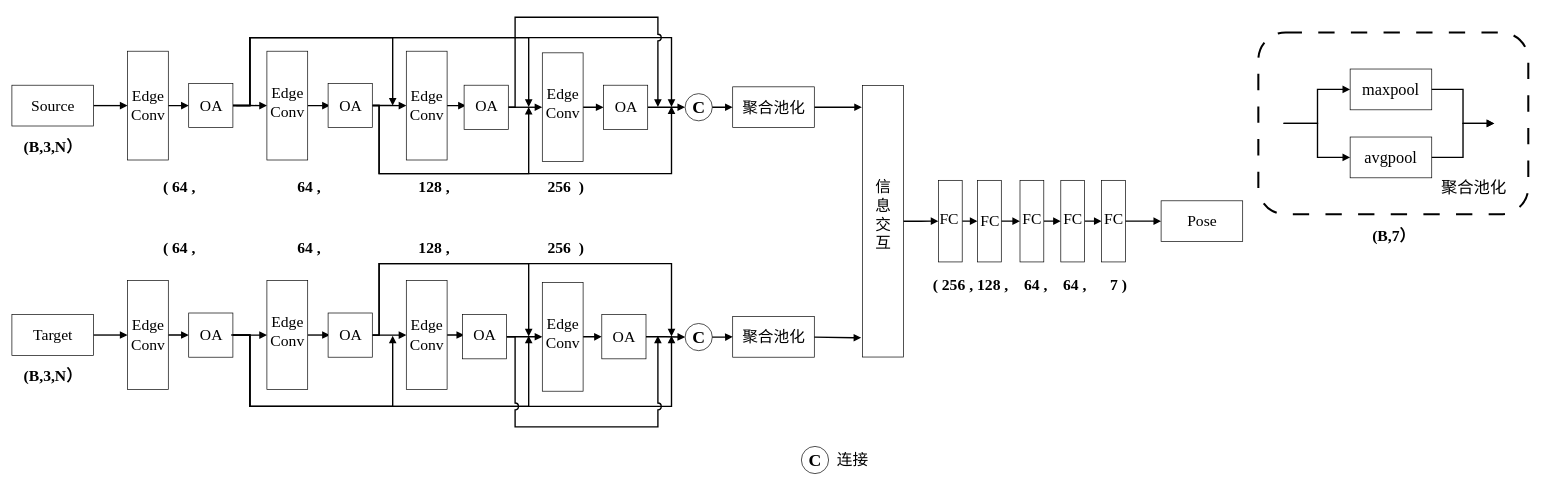
The draw.io diagram 未命名绘图3.drawio in hyxy1906sbr/intelagr, before the edit. Source tidied: cells renumbered, new cells numbered last; positions are measured from the earlier drawing's top-left corner, leaving out a move shared by most shapes. Both pictures are drawn from the tidied source at 68%, with x=0, y=0 at pixel (12, 17).
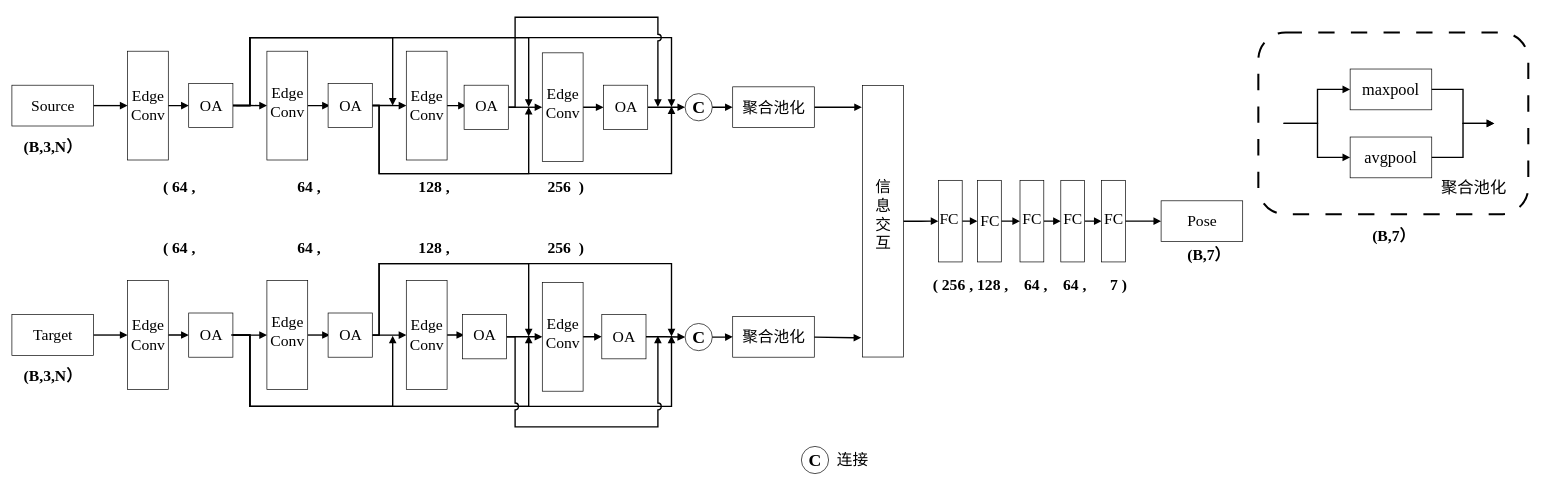
The same diagram, later.

Commit message (it also covers changes not shown here):
更新未命名绘图3.drawio

Change to the diagram source:
```diff
@@
+    <mxCell id="122" value="&lt;b&gt;(B,7）&lt;/b&gt;" style="text;html=1;align=center;verticalAlign=middle;strokeColor=none;fillColor=none;fontSize=23;fontFamily=Times New Roman;" parent="1" vertex="1">
+      <mxGeometry x="1715" y="329.8" width="90" height="40" as="geometry" />
+    </mxCell>
```
